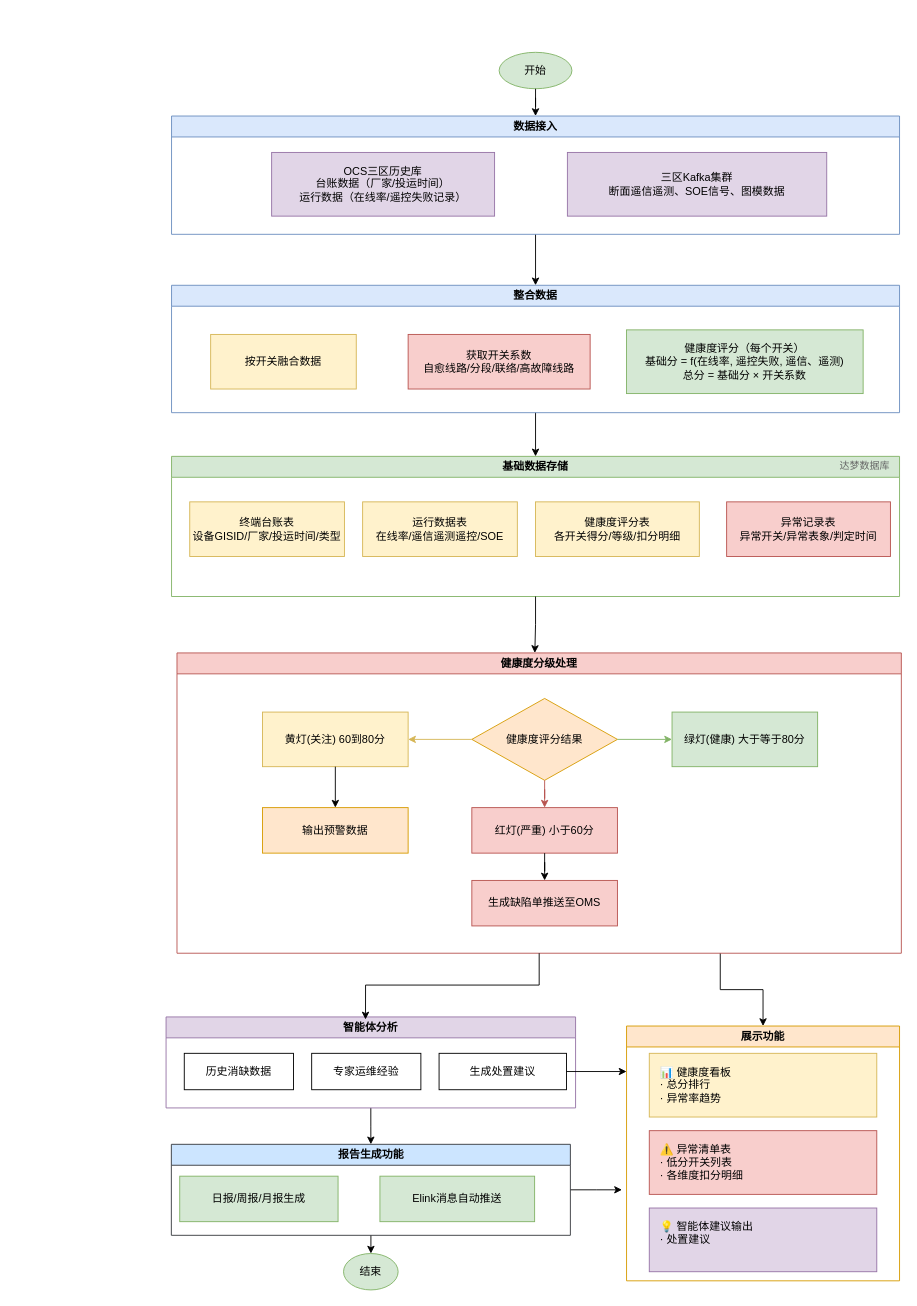
Before: 流程图.drawio in LieCoding/pwjkd, a draw.io diagram. Source tidied: cells renumbered, new cells numbered last; positions are measured from the earlier drawing's top-left corner, leaving out a move shared by most shapes. Both pictures are drawn from the tidied source at 91%, with x=0, y=0 at pixel (166, 52).
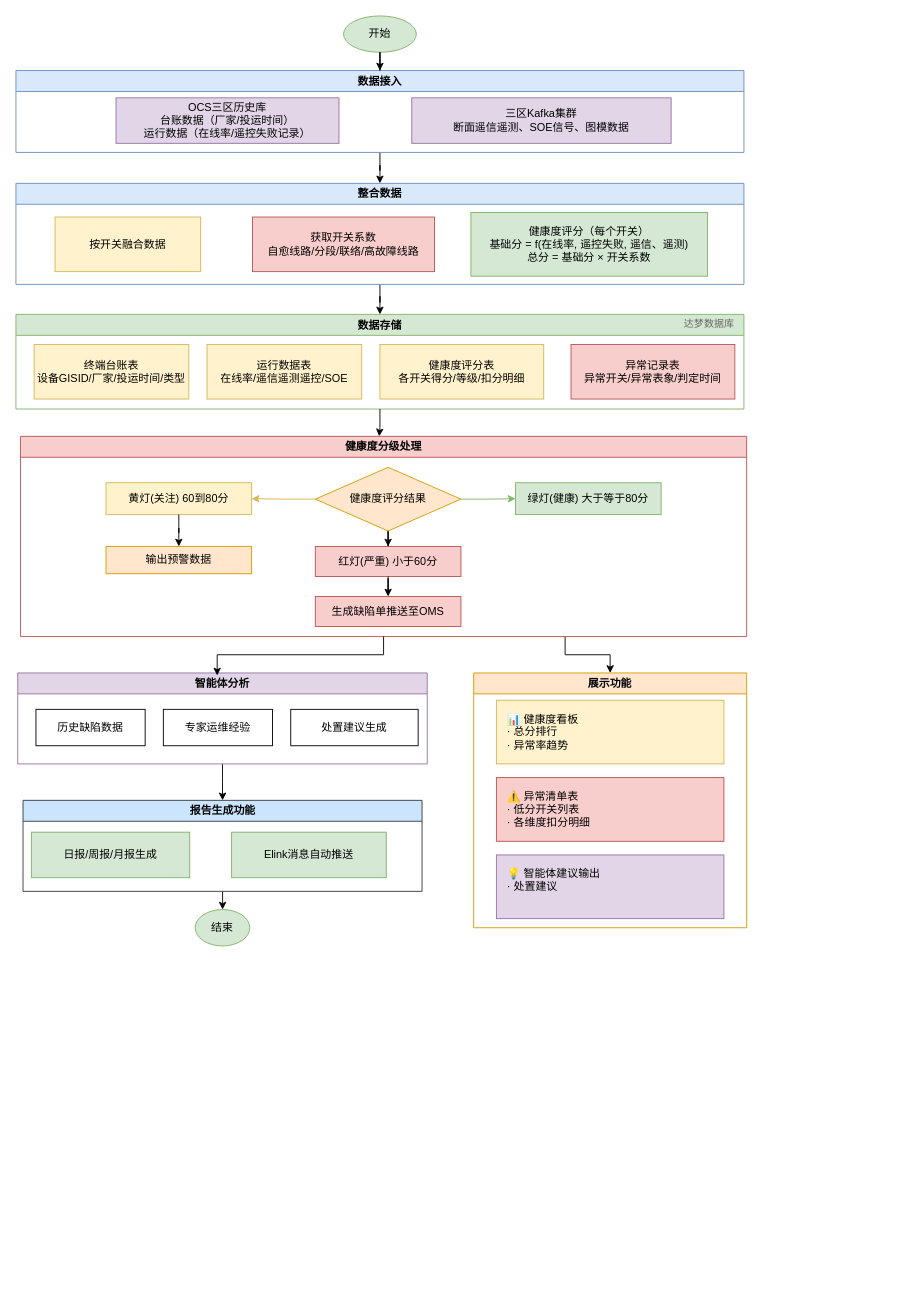
The same diagram, later.

Commit message:
更新流程图.drawio

The edit, as a diff of the source:
```diff
@@
     <mxCell id="2" value="开始" style="ellipse;whiteSpace=wrap;html=1;fillColor=#d5e8d4;strokeColor=#82b366;" parent="1" vertex="1">
-      <mxGeometry x="366" width="80" height="40" as="geometry" />
+      <mxGeometry x="195" y="-40" width="80" height="40" as="geometry" />
     </mxCell>
@@
     <mxCell id="4" value="数据接入" style="swimlane;whiteSpace=wrap;html=1;fillColor=#dae8fc;strokeColor=#6c8ebf;" parent="1" vertex="1">
-      <mxGeometry x="6" y="70" width="800" height="130" as="geometry" />
+      <mxGeometry x="-165" y="20" width="800" height="90" as="geometry" />
     </mxCell>
     <mxCell id="5" value="OCS三区历史库&lt;br&gt;台账数据（厂家/投运时间）&lt;br&gt;运行数据（在线率/遥控失败记录）" style="rounded=0;whiteSpace=wrap;html=1;fillColor=#e1d5e7;strokeColor=#9673a6;" parent="4" vertex="1">
-      <mxGeometry x="110" y="40" width="245" height="70" as="geometry" />
+      <mxGeometry x="110" y="30" width="245" height="50" as="geometry" />
     </mxCell>
     <mxCell id="6" value="三区Kafka集群&lt;br&gt;断面遥信遥测、SOE信号、&lt;span style=&quot;background-color: transparent; color: light-dark(rgb(0, 0, 0), rgb(255, 255, 255));&quot;&gt;图模数据&lt;/span&gt;" style="rounded=0;whiteSpace=wrap;html=1;fillColor=#e1d5e7;strokeColor=#9673a6;" parent="4" vertex="1">
-      <mxGeometry x="435" y="40" width="285" height="70" as="geometry" />
+      <mxGeometry x="435" y="30" width="285" height="50" as="geometry" />
     </mxCell>
@@
-    <mxCell id="8" value="基础数据存储" style="swimlane;whiteSpace=wrap;html=1;fillColor=#d5e8d4;strokeColor=#82b366;fontStyle=1;" parent="1" vertex="1">
-      <mxGeometry x="6" y="444" width="800" height="154" as="geometry" />
+    <mxCell id="8" value="数据存储" style="swimlane;whiteSpace=wrap;html=1;fillColor=#d5e8d4;strokeColor=#82b366;fontStyle=1;" parent="1" vertex="1">
+      <mxGeometry x="-165" y="288" width="800" height="104" as="geometry" />
     </mxCell>
     <mxCell id="9" value="终端台账表&lt;br&gt;设备GISID/厂家/投运时间/类型" style="rounded=0;whiteSpace=wrap;html=1;fillColor=#fff2cc;strokeColor=#d6b656;" parent="8" vertex="1">
-      <mxGeometry x="20" y="50" width="170" height="60" as="geometry" />
+      <mxGeometry x="20" y="33" width="170" height="60" as="geometry" />
     </mxCell>
     <mxCell id="10" value="运行数据表&lt;br&gt;在线率/遥信遥测遥控/SOE" style="rounded=0;whiteSpace=wrap;html=1;fillColor=#fff2cc;strokeColor=#d6b656;" parent="8" vertex="1">
-      <mxGeometry x="210" y="50" width="170" height="60" as="geometry" />
+      <mxGeometry x="210" y="33" width="170" height="60" as="geometry" />
     </mxCell>
     <mxCell id="11" value="健康度评分表&#10;各开关得分/等级/扣分明细" style="rounded=0;whiteSpace=wrap;html=1;fillColor=#fff2cc;strokeColor=#d6b656;" parent="8" vertex="1">
-      <mxGeometry x="400" y="50" width="180" height="60" as="geometry" />
+      <mxGeometry x="400" y="33" width="180" height="60" as="geometry" />
     </mxCell>
     <mxCell id="12" value="异常记录表&lt;br&gt;异常开关/异常表象/判定时间" style="rounded=0;whiteSpace=wrap;html=1;fillColor=#f8cecc;strokeColor=#b85450;" parent="8" vertex="1">
-      <mxGeometry x="610" y="50" width="180" height="60" as="geometry" />
+      <mxGeometry x="610" y="33" width="180" height="60" as="geometry" />
     </mxCell>
@@
     <mxCell id="15" value="智能体分析" style="swimlane;whiteSpace=wrap;html=1;fillColor=#e1d5e7;strokeColor=#9673a6;" parent="1" vertex="1">
-      <mxGeometry y="1060" width="450" height="100" as="geometry" />
+      <mxGeometry x="-163" y="682" width="450" height="100" as="geometry" />
     </mxCell>
-    <mxCell id="16" value="历史消缺数据" style="rounded=0;whiteSpace=wrap;html=1;" parent="15" vertex="1">
+    <mxCell id="16" value="历史缺陷数据" style="rounded=0;whiteSpace=wrap;html=1;" parent="15" vertex="1">
       <mxGeometry x="20" y="40" width="120" height="40" as="geometry" />
     </mxCell>
@@
-    <mxCell id="18" value="生成处置建议" style="rounded=0;whiteSpace=wrap;html=1;" parent="15" vertex="1">
+    <mxCell id="18" value="处置建议生成" style="rounded=0;whiteSpace=wrap;html=1;" parent="15" vertex="1">
       <mxGeometry x="300" y="40" width="140" height="40" as="geometry" />
     </mxCell>
     <mxCell id="19" value="展示功能" style="swimlane;whiteSpace=wrap;html=1;fillColor=#ffe6cc;strokeColor=#d79b00;fontStyle=1;" parent="1" vertex="1">
-      <mxGeometry x="506" y="1070" width="300" height="280" as="geometry" />
+      <mxGeometry x="338" y="682" width="300" height="280" as="geometry" />
     </mxCell>
@@
     <mxCell id="24" value="整合数据" style="swimlane;whiteSpace=wrap;html=1;fillColor=#dae8fc;strokeColor=#6c8ebf;fontStyle=1;" parent="1" vertex="1">
-      <mxGeometry x="6" y="256" width="800" height="140" as="geometry" />
+      <mxGeometry x="-165" y="144" width="800" height="111" as="geometry" />
     </mxCell>
     <mxCell id="25" value="按开关融合数据" style="rounded=0;whiteSpace=wrap;html=1;fillColor=#fff2cc;strokeColor=#d6b656;" parent="24" vertex="1">
-      <mxGeometry x="43" y="54" width="160" height="60" as="geometry" />
+      <mxGeometry x="43" y="37" width="160" height="60" as="geometry" />
     </mxCell>
     <mxCell id="26" value="获取开关系数&lt;br&gt;自愈线路/分段/联络/高故障线路" style="rounded=0;whiteSpace=wrap;html=1;fillColor=#f8cecc;strokeColor=#b85450;" parent="24" vertex="1">
-      <mxGeometry x="260" y="54" width="200" height="60" as="geometry" />
+      <mxGeometry x="260" y="37" width="200" height="60" as="geometry" />
     </mxCell>
     <mxCell id="27" value="健康度评分（每个开关）&lt;br&gt;基础分 = f(在线率, 遥控失败, 遥信、遥测)&lt;br&gt;总分 = 基础分 × 开关系数" style="rounded=0;whiteSpace=wrap;html=1;fillColor=#d5e8d4;strokeColor=#82b366;" parent="24" vertex="1">
-      <mxGeometry x="500" y="49" width="260" height="70" as="geometry" />
+      <mxGeometry x="500" y="32" width="260" height="70" as="geometry" />
     </mxCell>
@@
     <mxCell id="29" value="健康度分级处理" style="swimlane;whiteSpace=wrap;html=1;fillColor=#f8cecc;strokeColor=#b85450;fontStyle=1;" parent="1" vertex="1">
-      <mxGeometry x="12" y="660" width="796" height="330" as="geometry" />
+      <mxGeometry x="-160" y="422" width="798" height="220" as="geometry" />
     </mxCell>
+    <mxCell id="36" style="edgeStyle=orthogonalEdgeStyle;rounded=0;jettySize=auto;html=1;entryX=0.5;entryY=0;entryDx=0;entryDy=0;" parent="29" edge="1" source="30" target="33">
+      <mxGeometry relative="1" as="geometry" />
+    </mxCell>
     <mxCell id="30" value="健康度评分结果" style="rhombus;whiteSpace=wrap;html=1;fillColor=#ffe6cc;strokeColor=#d79b00;" parent="29" vertex="1">
-      <mxGeometry x="324" y="50" width="160" height="90" as="geometry" />
+      <mxGeometry x="324" y="34" width="160" height="70" as="geometry" />
     </mxCell>
     <mxCell id="31" value="绿灯(健康) 大于等于80分" style="rounded=0;whiteSpace=wrap;html=1;fillColor=#d5e8d4;strokeColor=#82b366;" parent="29" vertex="1">
-      <mxGeometry x="544" y="65" width="160" height="60" as="geometry" />
+      <mxGeometry x="544" y="51" width="160" height="35" as="geometry" />
     </mxCell>
     <mxCell id="32" value="黄灯(关注) 60到80分" style="rounded=0;whiteSpace=wrap;html=1;fillColor=#fff2cc;strokeColor=#d6b656;" parent="29" vertex="1">
-      <mxGeometry x="94" y="65" width="160" height="60" as="geometry" />
+      <mxGeometry x="94" y="51" width="160" height="35" as="geometry" />
     </mxCell>
     <mxCell id="33" value="红灯(严重) 小于60分" style="rounded=0;whiteSpace=wrap;html=1;fillColor=#f8cecc;strokeColor=#b85450;" parent="29" vertex="1">
-      <mxGeometry x="324" y="170" width="160" height="50" as="geometry" />
+      <mxGeometry x="324" y="121" width="160" height="33" as="geometry" />
     </mxCell>
@@
-    <mxCell id="36" style="edgeStyle=orthogonalEdgeStyle;rounded=0;jettySize=auto;html=1;strokeColor=#b85450;" parent="29" edge="1" source="30" target="33">
-      <mxGeometry relative="1" as="geometry" />
-    </mxCell>
     <mxCell id="37" value="输出预警数据" style="rounded=0;whiteSpace=wrap;html=1;fillColor=#ffe6cc;strokeColor=#d79b00;" parent="29" vertex="1">
-      <mxGeometry x="94" y="170" width="160" height="50" as="geometry" />
+      <mxGeometry x="94" y="121" width="160" height="30" as="geometry" />
     </mxCell>
@@
     <mxCell id="39" value="生成缺陷单推送至OMS" style="rounded=0;whiteSpace=wrap;html=1;fillColor=#f8cecc;strokeColor=#b85450;" parent="29" vertex="1">
-      <mxGeometry x="324" y="250" width="160" height="50" as="geometry" />
+      <mxGeometry x="324" y="176" width="160" height="33" as="geometry" />
     </mxCell>
@@
-    <mxCell id="42" style="edgeStyle=orthogonalEdgeStyle;rounded=0;jettySize=auto;html=1;" parent="1" edge="1" source="18">
-      <mxGeometry relative="1" as="geometry">
-        <mxPoint x="506" y="1120" as="targetPoint" />
-        <Array as="points">
-          <mxPoint x="506" y="1120" />
-        </Array>
-      </mxGeometry>
-    </mxCell>
-    <mxCell id="43" style="edgeStyle=orthogonalEdgeStyle;rounded=0;jettySize=auto;html=1;" parent="1" edge="1" source="45">
-      <mxGeometry relative="1" as="geometry">
-        <mxPoint x="501" y="1250" as="targetPoint" />
-      </mxGeometry>
-    </mxCell>
@@
     <mxCell id="45" value="报告生成功能" style="swimlane;whiteSpace=wrap;html=1;fillColor=#cce5ff;strokeColor=#36393d;" parent="1" vertex="1">
-      <mxGeometry x="5.8" y="1200" width="438.5" height="100" as="geometry" />
+      <mxGeometry x="-157.2" y="822" width="438.5" height="100" as="geometry" />
     </mxCell>
     <mxCell id="46" value="结束" style="ellipse;whiteSpace=wrap;html=1;fillColor=#d5e8d4;strokeColor=#82b366;" parent="1" vertex="1">
-      <mxGeometry x="195" y="1320" width="60" height="40" as="geometry" />
+      <mxGeometry x="32" y="942" width="60" height="40" as="geometry" />
     </mxCell>
     <mxCell id="47" value="日报/周报/月报生成" style="rounded=0;whiteSpace=wrap;html=1;fillColor=#d5e8d4;strokeColor=#82b366;" parent="1" vertex="1">
-      <mxGeometry x="15" y="1235" width="174" height="50" as="geometry" />
+      <mxGeometry x="-148" y="857" width="174" height="50" as="geometry" />
     </mxCell>
     <mxCell id="48" value="Elink消息自动推送" style="rounded=0;whiteSpace=wrap;html=1;fillColor=#d5e8d4;strokeColor=#82b366;" parent="1" vertex="1">
-      <mxGeometry x="235" y="1235" width="170" height="50" as="geometry" />
+      <mxGeometry x="72" y="857" width="170" height="50" as="geometry" />
     </mxCell>
```
